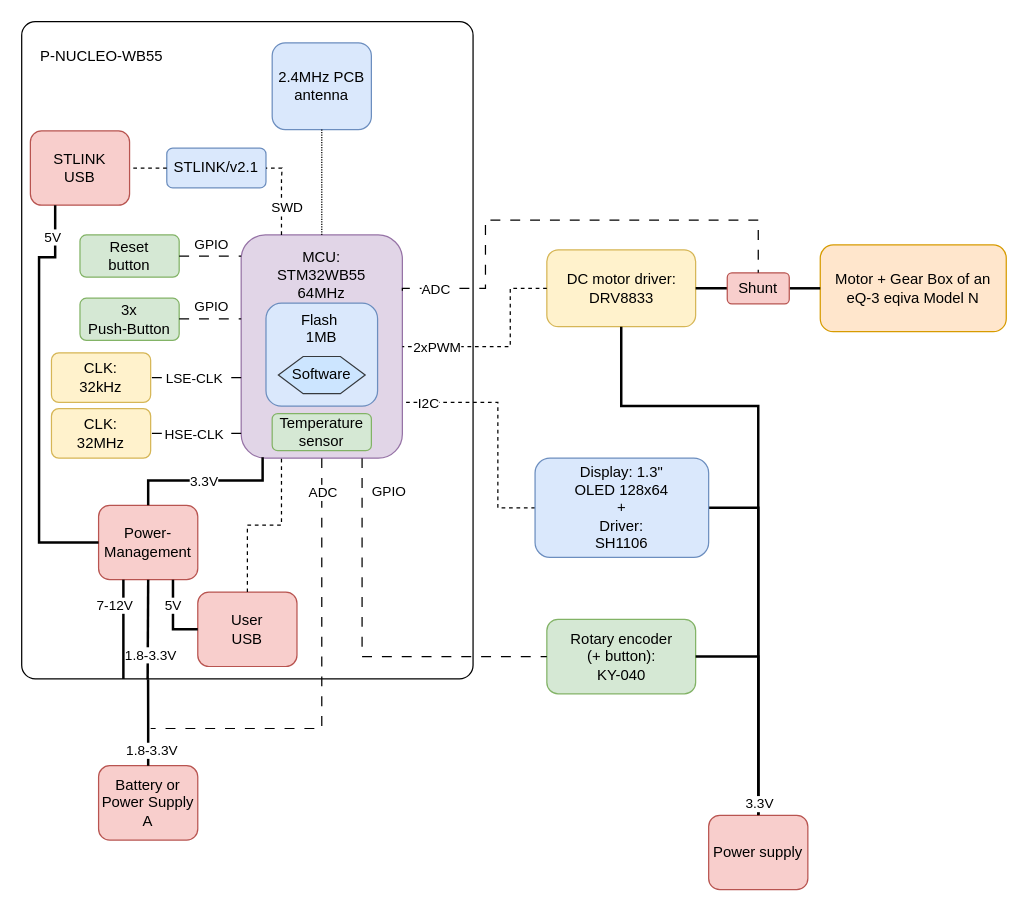
Earlier version of the draw.io diagram electronics/mt-rt-sw-dev-hw-block-diagram.drawio (MiraTherm/miratherm-radiator-thermostat-documentation). Source tidied: cells renumbered, new cells numbered last; positions are measured from the earlier drawing's top-left corner, leaving out a move shared by most shapes. Both pictures are drawn from the tidied source at 124%, with x=0, y=0 at pixel (21, 21).
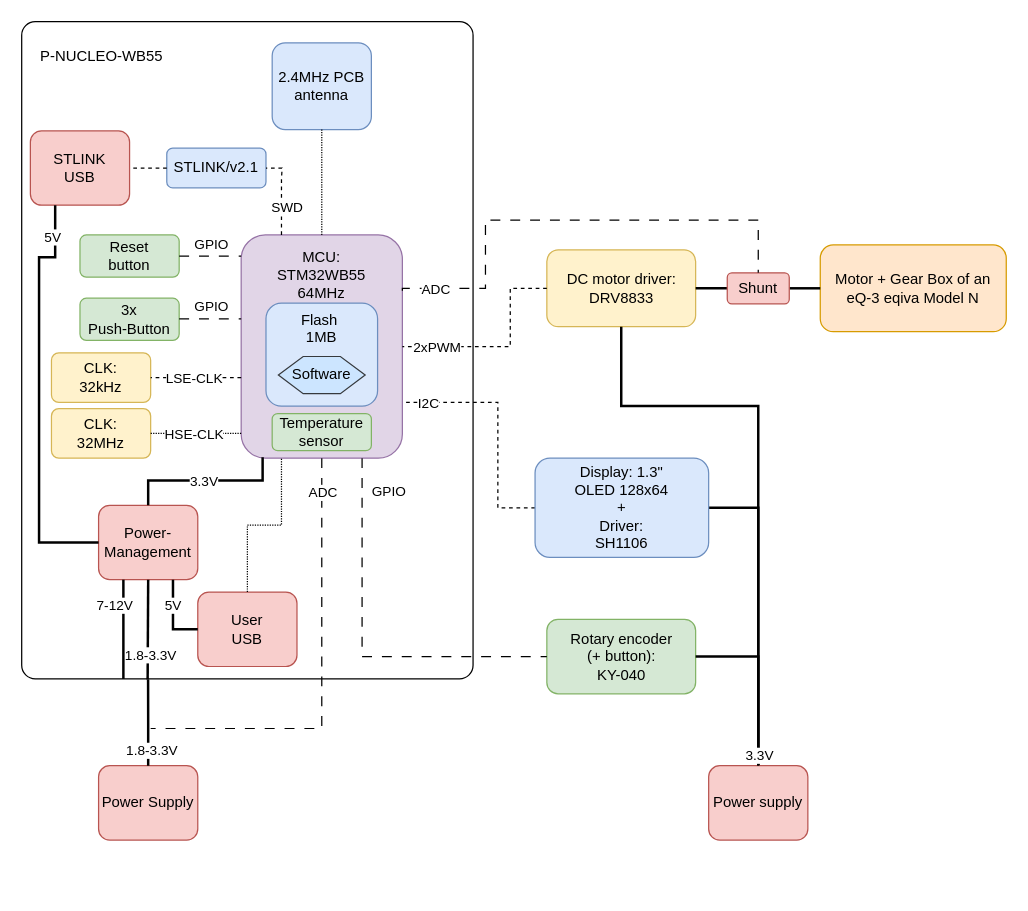
The same diagram, later.

The change refers to these unchanged cells:
```xml
<mxCell id="3" value="MCU:&lt;br&gt;STM32WB55&lt;br&gt;64MHz&lt;br&gt;&lt;br&gt;&lt;br&gt;&lt;br&gt;&lt;br&gt;&lt;br&gt;&lt;br&gt;&lt;br&gt;&lt;div&gt;&lt;br&gt;&lt;/div&gt;" style="rounded=1;whiteSpace=wrap;html=1;labelPosition=center;verticalLabelPosition=middle;align=center;verticalAlign=middle;fillColor=#e1d5e7;strokeColor=#9673a6;" parent="1" vertex="1">
  <mxGeometry x="177" y="172" width="130" height="180" as="geometry" />
</mxCell>
<mxCell id="14" value="CLK:&lt;br&gt;32kHz" style="rounded=1;whiteSpace=wrap;html=1;fillColor=#fff2cc;strokeColor=#d6b656;" parent="1" vertex="1">
  <mxGeometry x="24" y="267" width="80" height="40" as="geometry" />
</mxCell>
<mxCell id="38" value="CLK:&lt;br&gt;32MHz" style="rounded=1;whiteSpace=wrap;html=1;fillColor=#fff2cc;strokeColor=#d6b656;" parent="1" vertex="1">
  <mxGeometry x="24" y="312" width="80" height="40" as="geometry" />
</mxCell>
<mxCell id="41" value="&lt;div&gt;User&lt;/div&gt;USB" style="rounded=1;whiteSpace=wrap;html=1;fillColor=#f8cecc;strokeColor=#b85450;" parent="1" vertex="1">
  <mxGeometry x="142" y="460" width="80" height="60" as="geometry" />
</mxCell>
```

What changed in the source:
```diff
@@
-    <mxCell id="15" style="endArrow=none;html=1;rounded=0;exitX=0;exitY=0.5;exitDx=0;exitDy=0;dashed=1;dashPattern=8 8;entryX=1;entryY=0.5;entryDx=0;entryDy=0;" parent="1" edge="1" target="14">
+    <mxCell id="15" style="endArrow=none;html=1;rounded=0;dashed=1;entryX=1;entryY=0.5;entryDx=0;entryDy=0;" parent="1" edge="1" target="14">
       <mxGeometry relative="1" as="geometry">
         <mxPoint x="177" y="287" as="sourcePoint" />
       </mxGeometry>
     </mxCell>
@@
-    <mxCell id="39" style="endArrow=none;html=1;rounded=0;exitX=0;exitY=0.75;exitDx=0;exitDy=0;dashed=1;dashPattern=8 8;entryX=1;entryY=0.5;entryDx=0;entryDy=0;" parent="1" edge="1" target="38">
+    <mxCell id="39" style="endArrow=none;html=1;rounded=0;exitX=0;exitY=0.75;exitDx=0;exitDy=0;dashed=1;dashPattern=1 1;entryX=1;entryY=0.5;entryDx=0;entryDy=0;" parent="1" edge="1" target="38">
       <mxGeometry relative="1" as="geometry">
         <mxPoint x="177" y="332" as="sourcePoint" />
       </mxGeometry>
     </mxCell>
@@
-    <mxCell id="42" style="endArrow=none;html=1;rounded=0;entryX=0.25;entryY=1;entryDx=0;entryDy=0;exitX=0.5;exitY=0;exitDx=0;exitDy=0;dashed=1;edgeStyle=orthogonalEdgeStyle;" parent="1" edge="1" source="41" target="3">
+    <mxCell id="42" style="endArrow=none;html=1;rounded=0;entryX=0.25;entryY=1;entryDx=0;entryDy=0;exitX=0.5;exitY=0;exitDx=0;exitDy=0;dashed=1;edgeStyle=orthogonalEdgeStyle;dashPattern=1 1;" parent="1" edge="1" source="41" target="3">
       <mxGeometry relative="1" as="geometry" />
     </mxCell>
@@
-    <mxCell id="58" value="Battery or&lt;br&gt;Power Supply A" style="rounded=1;whiteSpace=wrap;html=1;fillColor=#f8cecc;strokeColor=#b85450;" parent="1" vertex="1">
+    <mxCell id="58" value="Power Supply" style="rounded=1;whiteSpace=wrap;html=1;fillColor=#f8cecc;strokeColor=#b85450;" parent="1" vertex="1">
       <mxGeometry x="62" y="600" width="80" height="60" as="geometry" />
     </mxCell>
@@
     <mxCell id="63" value="Power supply" style="rounded=1;whiteSpace=wrap;html=1;fillColor=#f8cecc;strokeColor=#b85450;" parent="1" vertex="1">
-      <mxGeometry x="554" y="640" width="80" height="60" as="geometry" />
+      <mxGeometry x="554" y="600" width="80" height="60" as="geometry" />
     </mxCell>
```
